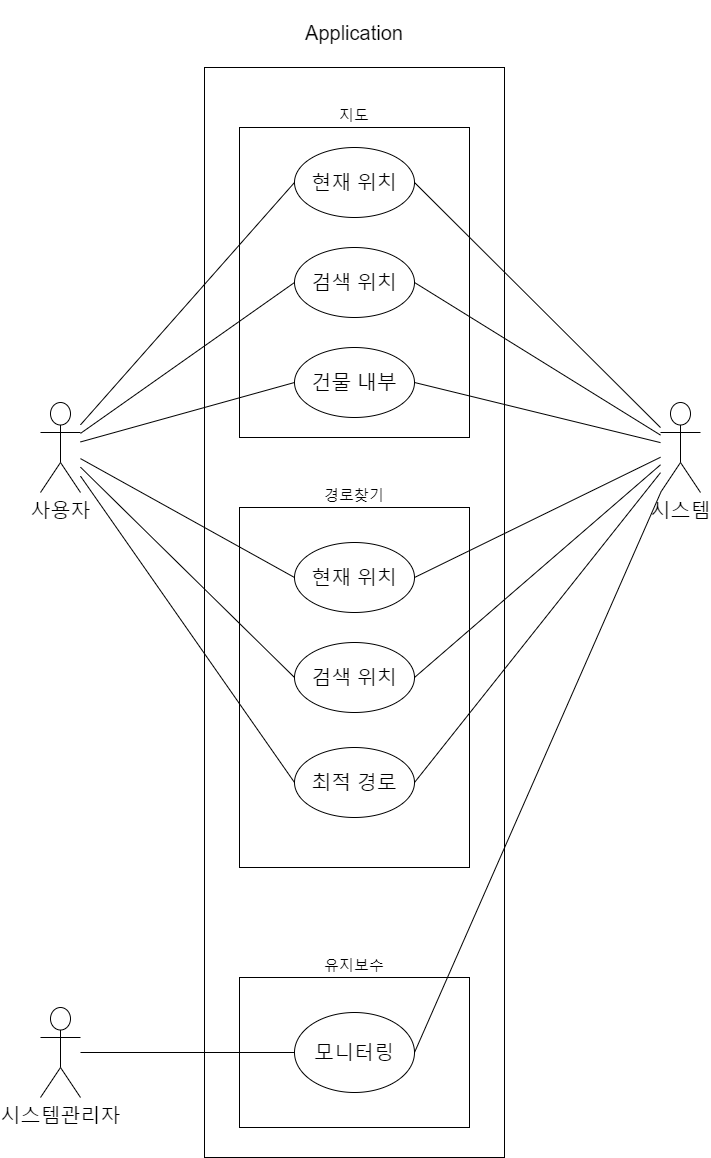
Earlier version of the draw.io export use case 다이어그램.png (droongma/2021spring_41class_team13). Source tidied: cells renumbered, new cells last; positions are measured from the earlier drawing's top-left corner, leaving out a move shared by most shapes. The source it was exported from:
```xml
<mxGraphModel>
  <root>
    <mxCell id="0" />
    <mxCell id="1" parent="0" />
    <mxCell id="2" value="&lt;p style=&quot;line-height: 120%; font-size: 20px;&quot;&gt;Application&lt;/p&gt;" style="rounded=0;whiteSpace=wrap;html=1;labelPosition=center;verticalLabelPosition=top;align=center;verticalAlign=bottom;spacingTop=0;fontSize=20;" parent="1" vertex="1">
      <mxGeometry x="164" width="300" height="1090" as="geometry" />
    </mxCell>
    <mxCell id="3" value="지도" style="rounded=0;whiteSpace=wrap;html=1;labelPosition=center;verticalLabelPosition=top;align=center;verticalAlign=bottom;fontSize=15;" parent="1" vertex="1">
      <mxGeometry x="199" y="60" width="230" height="310" as="geometry" />
    </mxCell>
    <mxCell id="4" value="현재 위치" style="ellipse;whiteSpace=wrap;html=1;fontSize=20;" parent="1" vertex="1">
      <mxGeometry x="254" y="80" width="120" height="70" as="geometry" />
    </mxCell>
    <mxCell id="5" value="검색 위치" style="ellipse;whiteSpace=wrap;html=1;fontSize=20;" parent="1" vertex="1">
      <mxGeometry x="254" y="180" width="120" height="70" as="geometry" />
    </mxCell>
    <mxCell id="6" style="jettySize=auto;html=1;entryX=0;entryY=0.5;entryDx=0;entryDy=0;fontSize=20;endArrow=none;endFill=0;targetPerimeterSpacing=-1;rounded=0;" parent="1" edge="1" source="24" target="4">
      <mxGeometry relative="1" as="geometry" />
    </mxCell>
    <mxCell id="7" style="jettySize=auto;html=1;entryX=0;entryY=0.5;entryDx=0;entryDy=0;fontSize=20;endArrow=none;endFill=0;" parent="1" edge="1" source="24" target="5">
      <mxGeometry relative="1" as="geometry" />
    </mxCell>
    <mxCell id="8" style="edgeStyle=none;rounded=0;jettySize=auto;html=1;entryX=0;entryY=0.5;entryDx=0;entryDy=0;fontSize=20;endArrow=none;endFill=0;targetPerimeterSpacing=-1;" parent="1" edge="1" source="24" target="13">
      <mxGeometry relative="1" as="geometry" />
    </mxCell>
    <mxCell id="9" value="경로찾기" style="rounded=0;whiteSpace=wrap;html=1;fontSize=15;labelPosition=center;verticalLabelPosition=top;align=center;verticalAlign=bottom;" parent="1" vertex="1">
      <mxGeometry x="199" y="440" width="230" height="360" as="geometry" />
    </mxCell>
    <mxCell id="10" style="edgeStyle=none;rounded=0;jettySize=auto;html=1;entryX=1;entryY=0.5;entryDx=0;entryDy=0;fontSize=20;endArrow=none;endFill=0;targetPerimeterSpacing=-1;" parent="1" edge="1" source="21" target="4">
      <mxGeometry relative="1" as="geometry" />
    </mxCell>
    <mxCell id="11" style="edgeStyle=none;rounded=0;jettySize=auto;html=1;entryX=1;entryY=0.5;entryDx=0;entryDy=0;fontSize=20;endArrow=none;endFill=0;targetPerimeterSpacing=-1;" parent="1" edge="1" source="21" target="5">
      <mxGeometry relative="1" as="geometry" />
    </mxCell>
    <mxCell id="12" style="edgeStyle=none;rounded=0;jettySize=auto;html=1;entryX=1;entryY=0.5;entryDx=0;entryDy=0;fontSize=20;endArrow=none;endFill=0;targetPerimeterSpacing=-1;" parent="1" edge="1" source="21" target="13">
      <mxGeometry relative="1" as="geometry" />
    </mxCell>
    <mxCell id="13" value="건물 내부" style="ellipse;whiteSpace=wrap;html=1;fontSize=20;" parent="1" vertex="1">
      <mxGeometry x="254" y="280" width="120" height="70" as="geometry" />
    </mxCell>
    <mxCell id="14" value="현재 위치" style="ellipse;whiteSpace=wrap;html=1;fontSize=20;" parent="1" vertex="1">
      <mxGeometry x="254" y="475" width="120" height="70" as="geometry" />
    </mxCell>
    <mxCell id="15" value="검색 위치" style="ellipse;whiteSpace=wrap;html=1;fontSize=20;" parent="1" vertex="1">
      <mxGeometry x="254" y="575" width="120" height="70" as="geometry" />
    </mxCell>
    <mxCell id="16" value="최적 경로" style="ellipse;whiteSpace=wrap;html=1;fontSize=20;" parent="1" vertex="1">
      <mxGeometry x="254" y="680" width="120" height="70" as="geometry" />
    </mxCell>
    <mxCell id="17" style="edgeStyle=none;rounded=0;jettySize=auto;html=1;entryX=0;entryY=0.5;entryDx=0;entryDy=0;fontSize=20;endArrow=none;endFill=0;targetPerimeterSpacing=-1;" parent="1" edge="1" source="24" target="14">
      <mxGeometry relative="1" as="geometry" />
    </mxCell>
    <mxCell id="18" style="edgeStyle=none;rounded=0;jettySize=auto;html=1;entryX=1;entryY=0.5;entryDx=0;entryDy=0;fontSize=20;endArrow=none;endFill=0;targetPerimeterSpacing=-1;" parent="1" edge="1" source="21" target="14">
      <mxGeometry relative="1" as="geometry" />
    </mxCell>
    <mxCell id="19" style="edgeStyle=none;rounded=0;jettySize=auto;html=1;entryX=1;entryY=0.5;entryDx=0;entryDy=0;fontSize=20;endArrow=none;endFill=0;targetPerimeterSpacing=-1;" parent="1" edge="1" source="21" target="15">
      <mxGeometry relative="1" as="geometry" />
    </mxCell>
    <mxCell id="20" style="edgeStyle=none;rounded=0;jettySize=auto;html=1;entryX=1;entryY=0.5;entryDx=0;entryDy=0;fontSize=20;endArrow=none;endFill=0;targetPerimeterSpacing=-1;" parent="1" edge="1" source="21" target="16">
      <mxGeometry relative="1" as="geometry" />
    </mxCell>
    <mxCell id="21" value="시스템" style="shape=umlActor;verticalLabelPosition=bottom;verticalAlign=top;outlineConnect=0;html=1;fontSize=20;" parent="1" vertex="1">
      <mxGeometry x="620" y="335" width="40" height="90" as="geometry" />
    </mxCell>
    <mxCell id="22" style="edgeStyle=none;rounded=0;jettySize=auto;html=1;entryX=0;entryY=0.5;entryDx=0;entryDy=0;fontSize=20;endArrow=none;endFill=0;targetPerimeterSpacing=-1;" parent="1" edge="1" source="24" target="15">
      <mxGeometry relative="1" as="geometry" />
    </mxCell>
    <mxCell id="23" style="edgeStyle=none;rounded=0;jettySize=auto;html=1;entryX=0;entryY=0.5;entryDx=0;entryDy=0;fontSize=20;endArrow=none;endFill=0;targetPerimeterSpacing=-1;" parent="1" edge="1" source="24" target="16">
      <mxGeometry relative="1" as="geometry" />
    </mxCell>
    <mxCell id="24" value="사용자" style="shape=umlActor;verticalLabelPosition=bottom;verticalAlign=top;outlineConnect=0;html=1;fontSize=20;" parent="1" vertex="1">
      <mxGeometry y="335" width="40" height="90" as="geometry" />
    </mxCell>
    <mxCell id="25" value="시스템관리자" style="shape=umlActor;verticalLabelPosition=bottom;verticalAlign=top;outlineConnect=0;html=1;fontSize=20;" parent="1" vertex="1">
      <mxGeometry y="940" width="40" height="90" as="geometry" />
    </mxCell>
    <mxCell id="26" value="유지보수" style="rounded=0;whiteSpace=wrap;html=1;fontSize=15;labelPosition=center;verticalLabelPosition=top;align=center;verticalAlign=bottom;" parent="1" vertex="1">
      <mxGeometry x="199" y="910" width="230" height="150" as="geometry" />
    </mxCell>
    <mxCell id="27" value="모니터링" style="ellipse;whiteSpace=wrap;html=1;fontSize=20;" parent="1" vertex="1">
      <mxGeometry x="254" y="945" width="120" height="80" as="geometry" />
    </mxCell>
    <mxCell id="28" style="edgeStyle=none;rounded=0;jettySize=auto;html=1;entryX=0;entryY=0.5;entryDx=0;entryDy=0;fontSize=15;endArrow=none;endFill=0;targetPerimeterSpacing=-1;" parent="1" edge="1" source="25" target="27">
      <mxGeometry relative="1" as="geometry" />
    </mxCell>
    <mxCell id="29" style="edgeStyle=none;rounded=0;jettySize=auto;html=1;entryX=1;entryY=0.5;entryDx=0;entryDy=0;fontSize=15;endArrow=none;endFill=0;targetPerimeterSpacing=-1;" parent="1" edge="1" source="21" target="27">
      <mxGeometry relative="1" as="geometry" />
    </mxCell>
  </root>
</mxGraphModel>
```
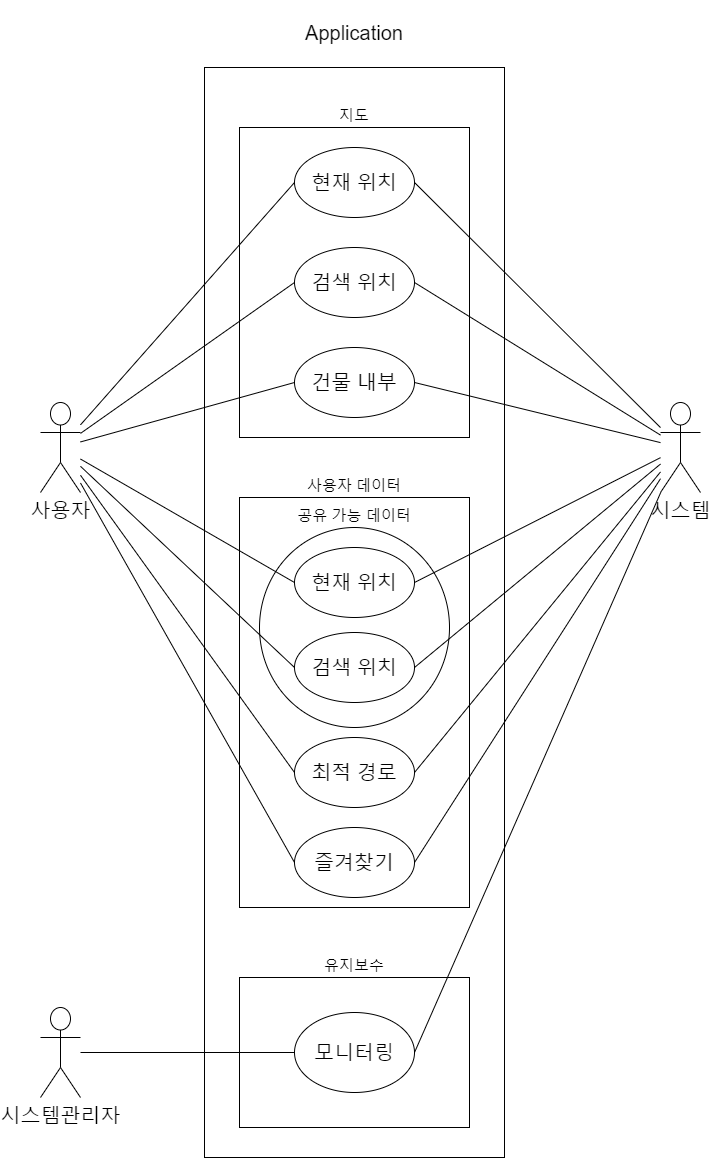
After the change.

Commit message:
Change the use case diagram(final)

Change to the diagram source:
```diff
@@ -23,8 +23,8 @@
     <mxCell id="8" style="edgeStyle=none;rounded=0;jettySize=auto;html=1;entryX=0;entryY=0.5;entryDx=0;entryDy=0;fontSize=20;endArrow=none;endFill=0;targetPerimeterSpacing=-1;" parent="1" edge="1" source="24" target="13">
       <mxGeometry relative="1" as="geometry" />
     </mxCell>
-    <mxCell id="9" value="경로찾기" style="rounded=0;whiteSpace=wrap;html=1;fontSize=15;labelPosition=center;verticalLabelPosition=top;align=center;verticalAlign=bottom;" parent="1" vertex="1">
-      <mxGeometry x="199" y="440" width="230" height="360" as="geometry" />
+    <mxCell id="9" value="사용자 데이터" style="rounded=0;whiteSpace=wrap;html=1;fontSize=15;labelPosition=center;verticalLabelPosition=top;align=center;verticalAlign=bottom;" parent="1" vertex="1">
+      <mxGeometry x="199" y="430" width="230" height="410" as="geometry" />
     </mxCell>
     <mxCell id="10" style="edgeStyle=none;rounded=0;jettySize=auto;html=1;entryX=1;entryY=0.5;entryDx=0;entryDy=0;fontSize=20;endArrow=none;endFill=0;targetPerimeterSpacing=-1;" parent="1" edge="1" source="21" target="4">
       <mxGeometry relative="1" as="geometry" />
@@ -39,13 +39,13 @@
       <mxGeometry x="254" y="280" width="120" height="70" as="geometry" />
     </mxCell>
     <mxCell id="14" value="현재 위치" style="ellipse;whiteSpace=wrap;html=1;fontSize=20;" parent="1" vertex="1">
-      <mxGeometry x="254" y="475" width="120" height="70" as="geometry" />
+      <mxGeometry x="254" y="480" width="120" height="70" as="geometry" />
     </mxCell>
     <mxCell id="15" value="검색 위치" style="ellipse;whiteSpace=wrap;html=1;fontSize=20;" parent="1" vertex="1">
-      <mxGeometry x="254" y="575" width="120" height="70" as="geometry" />
+      <mxGeometry x="254" y="565" width="120" height="70" as="geometry" />
     </mxCell>
     <mxCell id="16" value="최적 경로" style="ellipse;whiteSpace=wrap;html=1;fontSize=20;" parent="1" vertex="1">
-      <mxGeometry x="254" y="680" width="120" height="70" as="geometry" />
+      <mxGeometry x="254" y="670" width="120" height="70" as="geometry" />
     </mxCell>
     <mxCell id="17" style="edgeStyle=none;rounded=0;jettySize=auto;html=1;entryX=0;entryY=0.5;entryDx=0;entryDy=0;fontSize=20;endArrow=none;endFill=0;targetPerimeterSpacing=-1;" parent="1" edge="1" source="24" target="14">
       <mxGeometry relative="1" as="geometry" />
@@ -59,6 +59,9 @@
     <mxCell id="20" style="edgeStyle=none;rounded=0;jettySize=auto;html=1;entryX=1;entryY=0.5;entryDx=0;entryDy=0;fontSize=20;endArrow=none;endFill=0;targetPerimeterSpacing=-1;" parent="1" edge="1" source="21" target="16">
       <mxGeometry relative="1" as="geometry" />
     </mxCell>
+    <mxCell id="30" style="edgeStyle=none;rounded=1;jettySize=auto;html=1;entryX=1;entryY=0.5;entryDx=0;entryDy=0;endArrow=none;endFill=0;" parent="1" edge="1" source="21" target="32">
+      <mxGeometry relative="1" as="geometry" />
+    </mxCell>
     <mxCell id="21" value="시스템" style="shape=umlActor;verticalLabelPosition=bottom;verticalAlign=top;outlineConnect=0;html=1;fontSize=20;" parent="1" vertex="1">
       <mxGeometry x="620" y="335" width="40" height="90" as="geometry" />
     </mxCell>
@@ -68,6 +71,9 @@
     <mxCell id="23" style="edgeStyle=none;rounded=0;jettySize=auto;html=1;entryX=0;entryY=0.5;entryDx=0;entryDy=0;fontSize=20;endArrow=none;endFill=0;targetPerimeterSpacing=-1;" parent="1" edge="1" source="24" target="16">
       <mxGeometry relative="1" as="geometry" />
     </mxCell>
+    <mxCell id="31" style="rounded=1;jettySize=auto;html=1;entryX=0;entryY=0.5;entryDx=0;entryDy=0;endArrow=none;endFill=0;" parent="1" edge="1" source="24" target="32">
+      <mxGeometry relative="1" as="geometry" />
+    </mxCell>
     <mxCell id="24" value="사용자" style="shape=umlActor;verticalLabelPosition=bottom;verticalAlign=top;outlineConnect=0;html=1;fontSize=20;" parent="1" vertex="1">
       <mxGeometry y="335" width="40" height="90" as="geometry" />
     </mxCell>
@@ -86,5 +92,11 @@
     <mxCell id="29" style="edgeStyle=none;rounded=0;jettySize=auto;html=1;entryX=1;entryY=0.5;entryDx=0;entryDy=0;fontSize=15;endArrow=none;endFill=0;targetPerimeterSpacing=-1;" parent="1" edge="1" source="21" target="27">
       <mxGeometry relative="1" as="geometry" />
     </mxCell>
+    <mxCell id="32" value="즐겨찾기" style="ellipse;whiteSpace=wrap;html=1;fontSize=20;" parent="1" vertex="1">
+      <mxGeometry x="254" y="760" width="120" height="70" as="geometry" />
+    </mxCell>
+    <mxCell id="33" value="공유 가능 데이터" style="ellipse;whiteSpace=wrap;html=1;fillColor=none;labelPosition=center;verticalLabelPosition=top;align=center;verticalAlign=bottom;fontSize=15;" parent="1" vertex="1">
+      <mxGeometry x="219" y="460" width="190" height="200" as="geometry" />
+    </mxCell>
   </root>
 </mxGraphModel>
```
